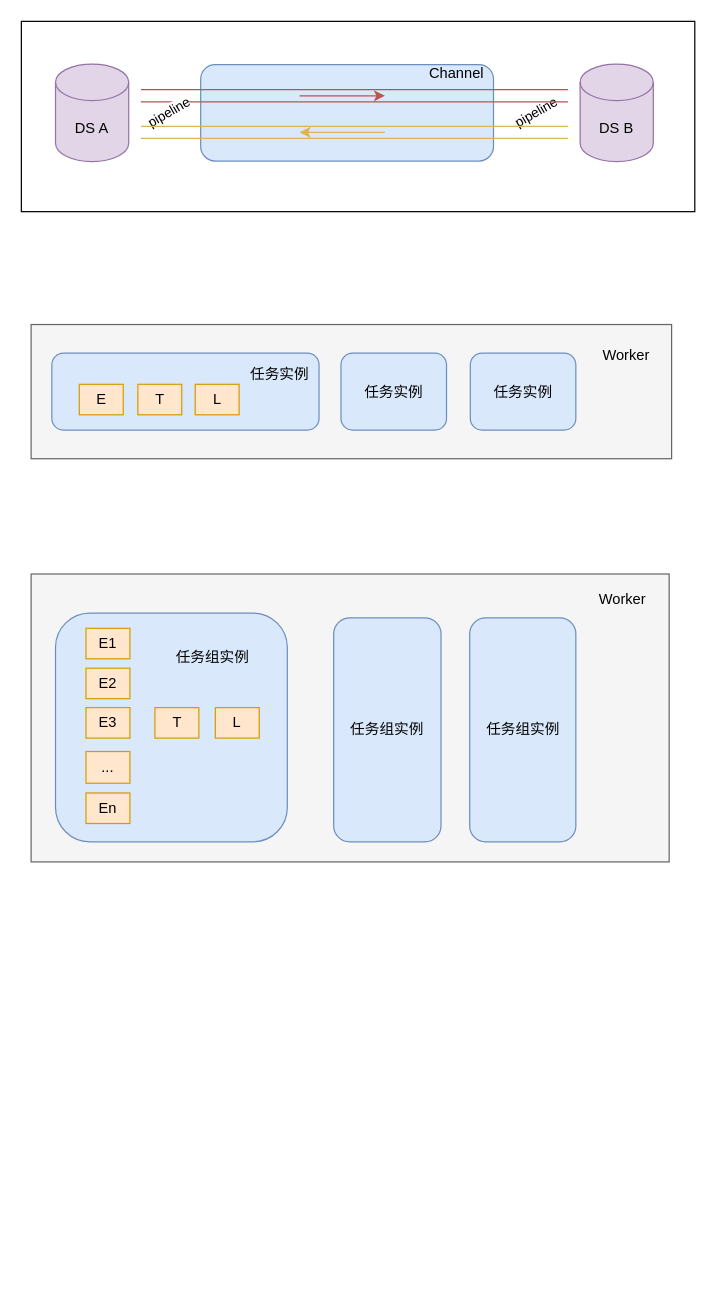
Earlier version of the draw.io diagram dts/architecture.drawio (believezzd/diagrams). Source tidied: cells renumbered, new cells numbered last; positions are measured from the earlier drawing's top-left corner, leaving out a move shared by most shapes. Both pictures are drawn from the tidied source at 122%, with x=0, y=0 at pixel (21, 21).
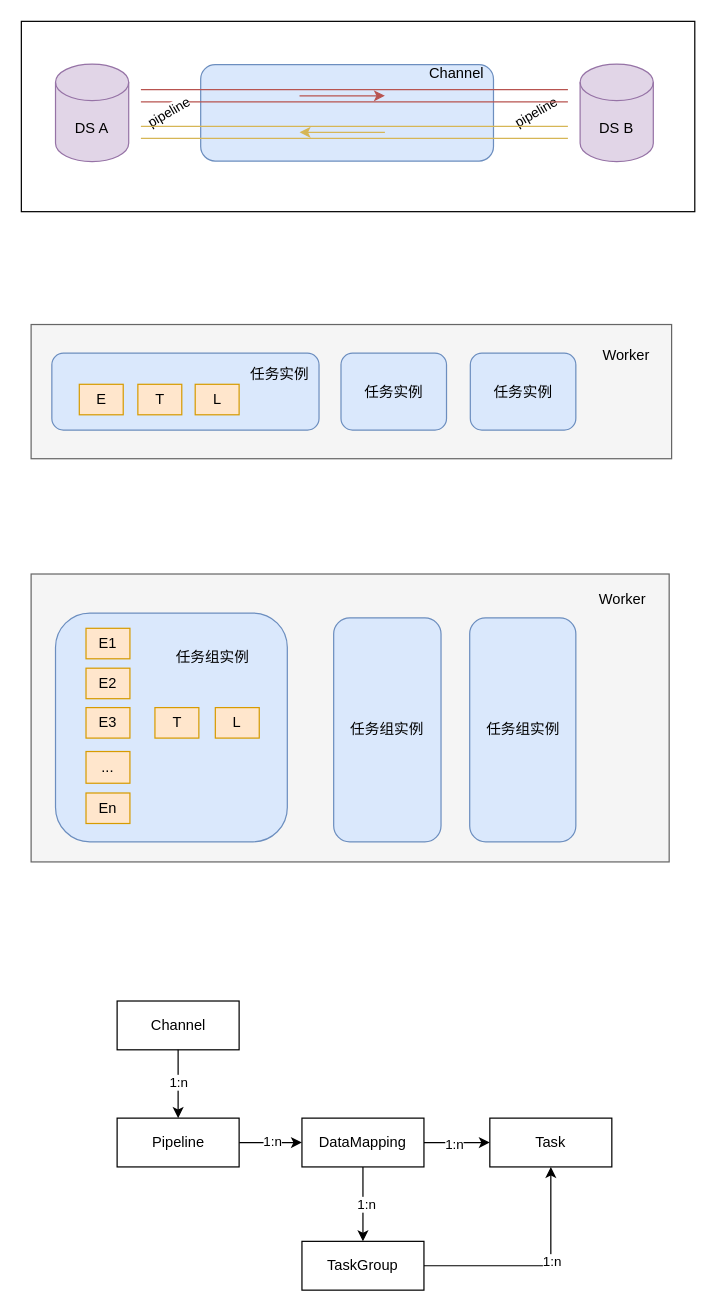
The same page after the edit.

The edit, as a diff of the source:
```diff
@@
+    <mxCell id="35" value="Channel" style="whiteSpace=wrap;html=1;align=center;" parent="1" vertex="1">
+      <mxGeometry x="78.5" y="803" width="100" height="40" as="geometry" />
+    </mxCell>
+    <mxCell id="36" style="edgeStyle=orthogonalEdgeStyle;rounded=0;jettySize=auto;html=1;endArrow=classic;endFill=1;" parent="1" edge="1" source="40" target="45">
+      <mxGeometry relative="1" as="geometry" />
+    </mxCell>
+    <mxCell id="37" value="1:n" style="edgeLabel;html=1;align=center;verticalAlign=middle;" parent="36" vertex="1">
+      <mxGeometry x="-0.24" relative="1" as="geometry">
+        <mxPoint x="7" y="-2" as="offset" />
+      </mxGeometry>
+    </mxCell>
+    <mxCell id="38" style="edgeStyle=orthogonalEdgeStyle;rounded=0;jettySize=auto;html=1;endArrow=none;endFill=0;startArrow=classic;startFill=1;" parent="1" edge="1" source="40" target="35">
+      <mxGeometry relative="1" as="geometry" />
+    </mxCell>
+    <mxCell id="39" value="1:n" style="edgeLabel;html=1;align=center;verticalAlign=middle;" parent="38" vertex="1">
+      <mxGeometry x="0.4" y="-2" relative="1" as="geometry">
+        <mxPoint x="-2" y="9" as="offset" />
+      </mxGeometry>
+    </mxCell>
+    <mxCell id="40" value="Pipeline" style="whiteSpace=wrap;html=1;align=center;" parent="1" vertex="1">
+      <mxGeometry x="78.5" y="899" width="100" height="40" as="geometry" />
+    </mxCell>
+    <mxCell id="41" style="edgeStyle=orthogonalEdgeStyle;rounded=0;jettySize=auto;html=1;endArrow=classic;endFill=1;" parent="1" edge="1" source="45" target="49">
+      <mxGeometry relative="1" as="geometry" />
+    </mxCell>
+    <mxCell id="42" value="1:n" style="edgeLabel;html=1;align=center;verticalAlign=middle;" parent="41" vertex="1">
+      <mxGeometry x="-0.02" y="2" relative="1" as="geometry" />
+    </mxCell>
+    <mxCell id="43" style="edgeStyle=orthogonalEdgeStyle;rounded=0;jettySize=auto;html=1;endArrow=classic;endFill=1;" parent="1" edge="1" source="45" target="46">
+      <mxGeometry relative="1" as="geometry" />
+    </mxCell>
+    <mxCell id="44" value="1:n" style="edgeLabel;html=1;align=center;verticalAlign=middle;" parent="43" vertex="1">
+      <mxGeometry x="-0.11" y="-1" relative="1" as="geometry" />
+    </mxCell>
+    <mxCell id="45" value="DataMapping" style="whiteSpace=wrap;html=1;align=center;" parent="1" vertex="1">
+      <mxGeometry x="230" y="899" width="100" height="40" as="geometry" />
+    </mxCell>
+    <mxCell id="46" value="Task" style="whiteSpace=wrap;html=1;align=center;" parent="1" vertex="1">
+      <mxGeometry x="384" y="899" width="100" height="40" as="geometry" />
+    </mxCell>
+    <mxCell id="47" style="edgeStyle=orthogonalEdgeStyle;rounded=0;jettySize=auto;html=1;exitX=1;exitY=0.5;exitDx=0;exitDy=0;entryX=0.5;entryY=1;entryDx=0;entryDy=0;" parent="1" edge="1" source="49" target="46">
+      <mxGeometry relative="1" as="geometry" />
+    </mxCell>
+    <mxCell id="48" value="1:n" style="edgeLabel;html=1;align=center;verticalAlign=middle;" parent="47" vertex="1">
+      <mxGeometry x="0.17" relative="1" as="geometry" />
+    </mxCell>
+    <mxCell id="49" value="TaskGroup" style="whiteSpace=wrap;html=1;align=center;" parent="1" vertex="1">
+      <mxGeometry x="230" y="1000" width="100" height="40" as="geometry" />
+    </mxCell>
```
